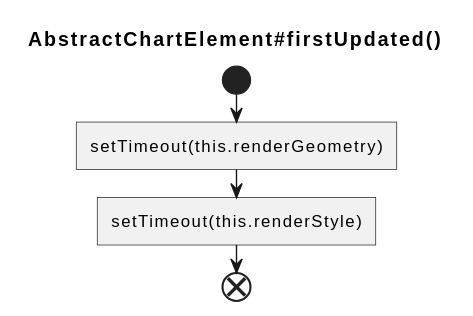
Earlier version of the PlantUML export svg/renderer/AbstractChartElement_firstUpdated.svg (hdml-github/hdml-github.github.io). Source of this version:
```plantuml
@startuml
  title AbstractChartElement#firstUpdated()

  start
    :setTimeout(this.renderGeometry)]
    :setTimeout(this.renderStyle)]
  end
@enduml
```
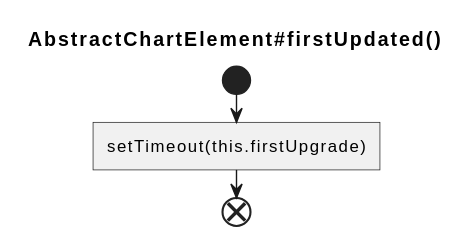
Above is the later version.

The edit, as a diff of the source:
```diff
@@ -2,7 +2,6 @@
   title AbstractChartElement#firstUpdated()
 
   start
-    :setTimeout(this.renderGeometry)]
-    :setTimeout(this.renderStyle)]
+    :setTimeout(this.firstUpgrade)]
   end
 @enduml
```
